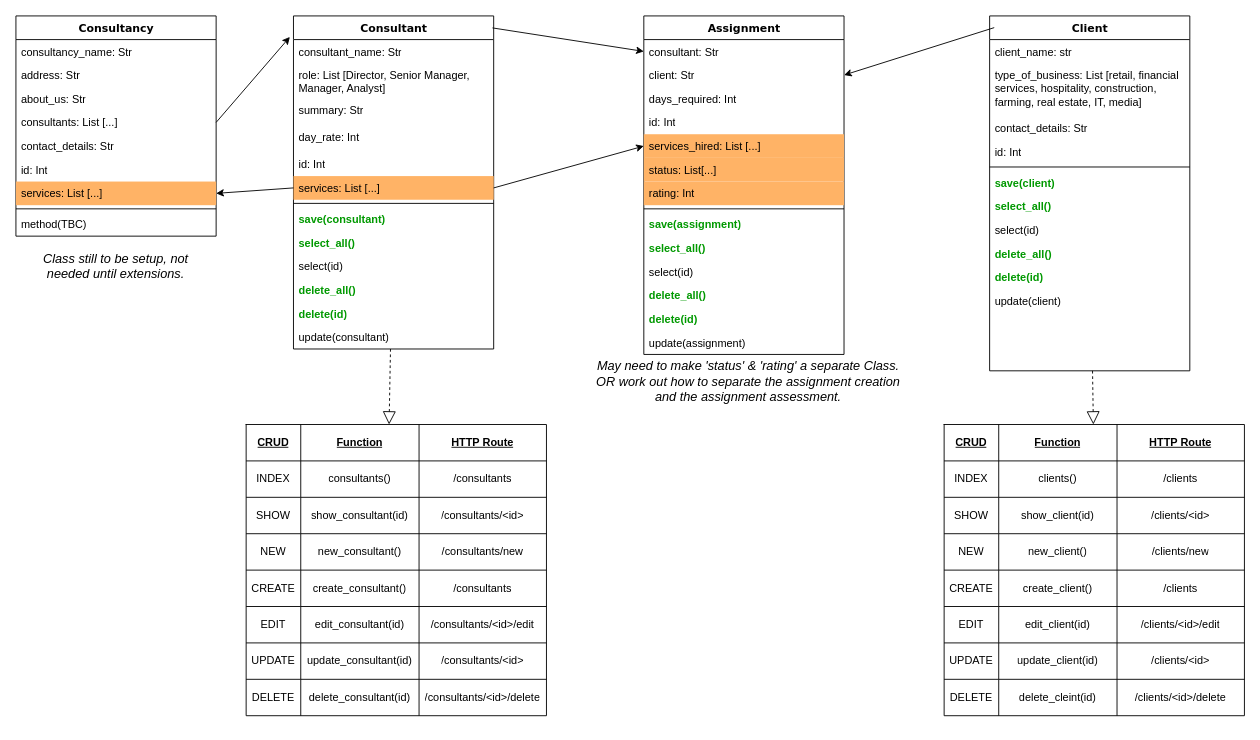
Earlier version of the draw.io diagram planning/Class Diagrams.drawio (michaelmccoll/Project_Secure_Design). Source tidied: cells renumbered, new cells numbered last; positions are measured from the earlier drawing's top-left corner, leaving out a move shared by most shapes. Both pictures are drawn from the tidied source at 91%, with x=0, y=0 at pixel (15, 15).
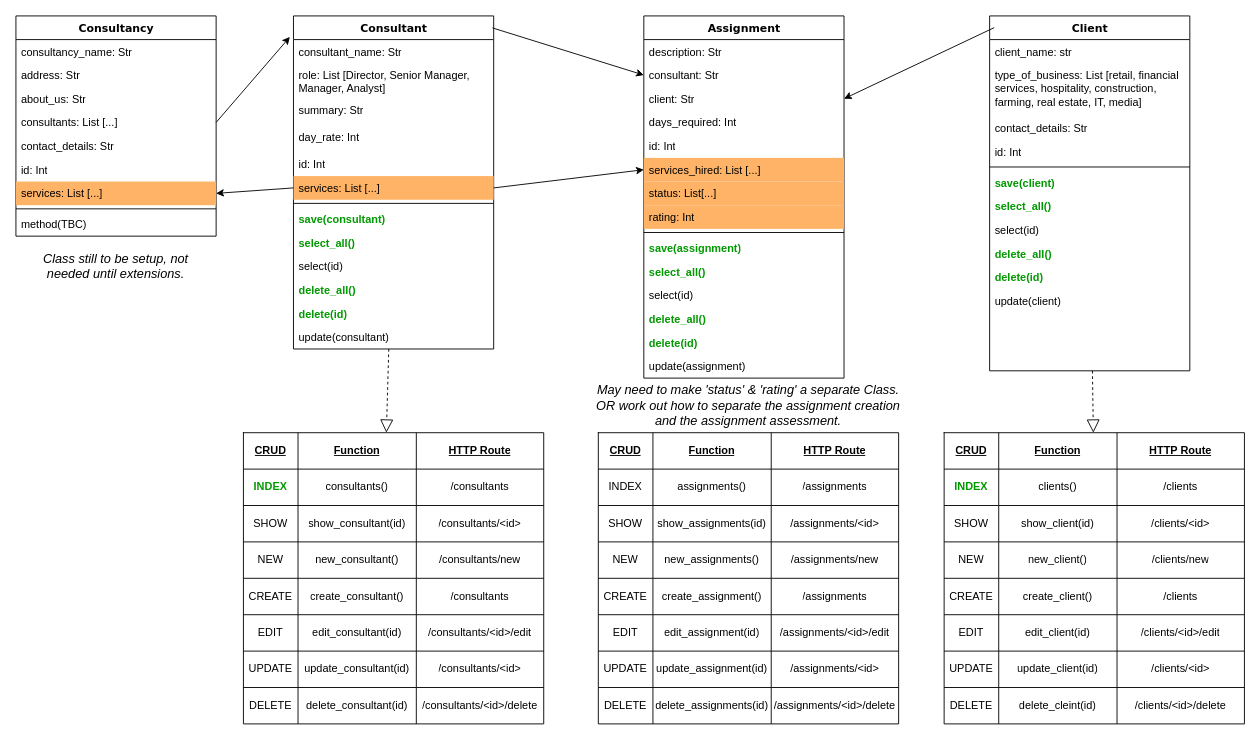
The same page after the edit.

The change refers to these unchanged cells:
```xml
<mxCell id="46" style="shape=partialRectangle;html=1;whiteSpace=wrap;fillColor=none;top=0;left=0;bottom=0;right=0;" parent="41" vertex="1">
  <mxGeometry y="40" width="330" height="40" as="geometry" />
</mxCell>
<mxCell id="79" style="shape=partialRectangle;html=1;whiteSpace=wrap;fillColor=none;top=0;left=0;bottom=0;right=0;" parent="74" vertex="1">
  <mxGeometry y="40" width="330" height="40" as="geometry" />
</mxCell>
```

Diff of the diagram source:
```diff
@@
-    <mxCell id="41" style="shape=table;html=1;whiteSpace=wrap;startSize=0;childLayout=tableLayout;" parent="1" vertex="1">
-      <mxGeometry x="253" y="449" width="330" height="320" as="geometry" />
+    <mxCell id="41" style="shape=table;html=1;whiteSpace=wrap;startSize=0;childLayout=tableLayout;fontColor=#009900;" parent="1" vertex="1">
+      <mxGeometry x="250" y="458" width="330" height="320" as="geometry" />
     </mxCell>
@@
-    <mxCell id="47" value="INDEX" style="shape=partialRectangle;html=1;whiteSpace=wrap;overflow=hidden;fillColor=none;top=0;left=0;bottom=0;right=0;" parent="46" vertex="1">
+    <mxCell id="47" value="INDEX" style="shape=partialRectangle;html=1;whiteSpace=wrap;overflow=hidden;fillColor=none;top=0;left=0;bottom=0;right=0;strokeColor=#009900;fontColor=#009900;fontStyle=1;" parent="46" vertex="1">
       <mxGeometry width="60" height="40" as="geometry" />
     </mxCell>
@@
     <mxCell id="74" style="shape=table;html=1;whiteSpace=wrap;startSize=0;childLayout=tableLayout;" parent="1" vertex="1">
-      <mxGeometry x="1020" y="449" width="330" height="320" as="geometry" />
+      <mxGeometry x="1020" y="458" width="330" height="320" as="geometry" />
     </mxCell>
@@
-    <mxCell id="80" value="INDEX" style="shape=partialRectangle;html=1;whiteSpace=wrap;overflow=hidden;fillColor=none;top=0;left=0;bottom=0;right=0;" parent="79" vertex="1">
+    <mxCell id="80" value="INDEX" style="shape=partialRectangle;html=1;whiteSpace=wrap;overflow=hidden;fillColor=none;top=0;left=0;bottom=0;right=0;fontStyle=1;fontColor=#009900;" parent="79" vertex="1">
       <mxGeometry width="60" height="40" as="geometry" />
     </mxCell>
@@
     <mxCell id="109" value="Assignment" style="swimlane;html=1;fontStyle=1;align=center;verticalAlign=top;horizontal=1;startSize=26;swimlaneFillColor=#ffffff;rounded=0;shadow=0;comic=0;labelBackgroundColor=none;strokeWidth=1;fillColor=none;fontFamily=Verdana;fontSize=12;" parent="1" vertex="1">
-      <mxGeometry x="690" width="220" height="372" as="geometry" />
+      <mxGeometry x="690" width="220" height="398" as="geometry" />
     </mxCell>
+    <mxCell id="128" value="description: Str" style="text;html=1;strokeColor=none;fillColor=none;align=left;verticalAlign=top;spacingLeft=4;spacingRight=4;whiteSpace=wrap;overflow=hidden;" parent="109" vertex="1">
+      <mxGeometry y="26" width="220" height="26" as="geometry" />
+    </mxCell>
     <mxCell id="110" value="consultant: Str" style="text;html=1;strokeColor=none;fillColor=none;align=left;verticalAlign=top;spacingLeft=4;spacingRight=4;whiteSpace=wrap;overflow=hidden;points=[[0,0.5],[1,0.5]];portConstraint=eastwest;" parent="109" vertex="1">
-      <mxGeometry y="26" width="220" height="26" as="geometry" />
+      <mxGeometry y="52" width="220" height="26" as="geometry" />
     </mxCell>
     <mxCell id="111" value="client: Str" style="text;html=1;strokeColor=none;fillColor=none;align=left;verticalAlign=top;spacingLeft=4;spacingRight=4;whiteSpace=wrap;overflow=hidden;points=[[0,0.5],[1,0.5]];portConstraint=eastwest;" parent="109" vertex="1">
-      <mxGeometry y="52" width="220" height="26" as="geometry" />
+      <mxGeometry y="78" width="220" height="26" as="geometry" />
     </mxCell>
     <mxCell id="112" value="days_required: Int" style="text;html=1;strokeColor=none;fillColor=none;align=left;verticalAlign=top;spacingLeft=4;spacingRight=4;whiteSpace=wrap;overflow=hidden;" parent="109" vertex="1">
-      <mxGeometry y="78" width="220" height="26" as="geometry" />
+      <mxGeometry y="104" width="220" height="26" as="geometry" />
     </mxCell>
     <mxCell id="113" value="id: Int" style="text;html=1;strokeColor=none;fillColor=none;align=left;verticalAlign=top;spacingLeft=4;spacingRight=4;whiteSpace=wrap;overflow=hidden;" parent="109" vertex="1">
-      <mxGeometry y="104" width="220" height="26" as="geometry" />
+      <mxGeometry y="130" width="220" height="26" as="geometry" />
     </mxCell>
     <mxCell id="114" value="services_hired: List [...]" style="text;html=1;strokeColor=none;fillColor=#FFB366;align=left;verticalAlign=top;spacingLeft=4;spacingRight=4;whiteSpace=wrap;overflow=hidden;points=[[0,0.5],[1,0.5]];portConstraint=eastwest;" parent="109" vertex="1">
-      <mxGeometry y="130" width="220" height="26" as="geometry" />
+      <mxGeometry y="156" width="220" height="26" as="geometry" />
     </mxCell>
     <mxCell id="115" value="status: List[...]" style="text;html=1;strokeColor=none;fillColor=#FFB366;align=left;verticalAlign=top;spacingLeft=4;spacingRight=4;whiteSpace=wrap;overflow=hidden;" parent="109" vertex="1">
-      <mxGeometry y="156" width="220" height="26" as="geometry" />
+      <mxGeometry y="182" width="220" height="26" as="geometry" />
     </mxCell>
     <mxCell id="116" value="rating: Int" style="text;html=1;strokeColor=none;fillColor=#FFB366;align=left;verticalAlign=top;spacingLeft=4;spacingRight=4;whiteSpace=wrap;overflow=hidden;" parent="109" vertex="1">
-      <mxGeometry y="182" width="220" height="26" as="geometry" />
+      <mxGeometry y="208" width="220" height="26" as="geometry" />
     </mxCell>
     <mxCell id="117" style="line;html=1;strokeWidth=1;fillColor=none;align=left;verticalAlign=middle;spacingTop=-1;spacingLeft=3;spacingRight=3;labelPosition=right;" parent="109" vertex="1">
-      <mxGeometry y="208" width="220" height="8" as="geometry" />
+      <mxGeometry y="234" width="220" height="8" as="geometry" />
     </mxCell>
     <mxCell id="118" value="save(assignment)" style="text;html=1;strokeColor=none;fillColor=none;align=left;verticalAlign=top;spacingLeft=4;spacingRight=4;whiteSpace=wrap;overflow=hidden;fontStyle=1;fontColor=#009900;" parent="109" vertex="1">
-      <mxGeometry y="216" width="220" height="26" as="geometry" />
+      <mxGeometry y="242" width="220" height="26" as="geometry" />
     </mxCell>
     <mxCell id="119" value="select_all()" style="text;html=1;strokeColor=none;fillColor=none;align=left;verticalAlign=top;spacingLeft=4;spacingRight=4;whiteSpace=wrap;overflow=hidden;fontStyle=1;fontColor=#009900;" parent="109" vertex="1">
-      <mxGeometry y="242" width="220" height="26" as="geometry" />
+      <mxGeometry y="268" width="220" height="26" as="geometry" />
     </mxCell>
     <mxCell id="120" value="select(id)" style="text;html=1;strokeColor=none;fillColor=none;align=left;verticalAlign=top;spacingLeft=4;spacingRight=4;whiteSpace=wrap;overflow=hidden;" parent="109" vertex="1">
-      <mxGeometry y="268" width="220" height="26" as="geometry" />
+      <mxGeometry y="294" width="220" height="26" as="geometry" />
     </mxCell>
     <mxCell id="121" value="delete_all()" style="text;html=1;strokeColor=none;fillColor=none;align=left;verticalAlign=top;spacingLeft=4;spacingRight=4;whiteSpace=wrap;overflow=hidden;fontStyle=1;fontColor=#009900;" parent="109" vertex="1">
-      <mxGeometry y="294" width="220" height="26" as="geometry" />
+      <mxGeometry y="320" width="220" height="26" as="geometry" />
     </mxCell>
     <mxCell id="122" value="delete(id)" style="text;html=1;strokeColor=none;fillColor=none;align=left;verticalAlign=top;spacingLeft=4;spacingRight=4;whiteSpace=wrap;overflow=hidden;fontStyle=1;fontColor=#009900;" parent="109" vertex="1">
-      <mxGeometry y="320" width="220" height="26" as="geometry" />
+      <mxGeometry y="346" width="220" height="26" as="geometry" />
     </mxCell>
     <mxCell id="123" value="update(assignment)" style="text;html=1;strokeColor=none;fillColor=none;align=left;verticalAlign=top;spacingLeft=4;spacingRight=4;whiteSpace=wrap;overflow=hidden;" parent="109" vertex="1">
-      <mxGeometry y="346" width="220" height="26" as="geometry" />
+      <mxGeometry y="372" width="220" height="26" as="geometry" />
     </mxCell>
@@
     <mxCell id="126" value="May need to make 'status' &amp;amp; 'rating' a separate Class. OR work out how to separate the assignment creation and the assignment assessment." style="text;html=1;strokeColor=none;fillColor=none;align=center;verticalAlign=middle;whiteSpace=wrap;rounded=0;fontSize=14;fontStyle=2;" parent="1" vertex="1">
-      <mxGeometry x="630" y="372" width="350" height="60" as="geometry" />
+      <mxGeometry x="630" y="398" width="350" height="60" as="geometry" />
     </mxCell>
@@
+    <mxCell id="129" style="shape=table;html=1;whiteSpace=wrap;startSize=0;childLayout=tableLayout;" parent="1" vertex="1">
+      <mxGeometry x="640" y="458" width="330" height="320" as="geometry" />
+    </mxCell>
+    <mxCell id="130" style="shape=partialRectangle;html=1;whiteSpace=wrap;fillColor=none;top=0;left=0;bottom=0;right=0;" parent="129" vertex="1">
+      <mxGeometry width="330" height="40" as="geometry" />
+    </mxCell>
+    <mxCell id="131" value="CRUD" style="shape=partialRectangle;html=1;whiteSpace=wrap;overflow=hidden;fillColor=none;top=0;left=0;bottom=0;right=0;fontStyle=5;" parent="130" vertex="1">
+      <mxGeometry width="60" height="40" as="geometry" />
+    </mxCell>
+    <mxCell id="132" value="Function" style="shape=partialRectangle;html=1;whiteSpace=wrap;overflow=hidden;fillColor=none;top=0;left=0;bottom=0;right=0;fontStyle=5;" parent="130" vertex="1">
+      <mxGeometry x="60" width="130" height="40" as="geometry" />
+    </mxCell>
+    <mxCell id="133" value="HTTP Route" style="shape=partialRectangle;html=1;whiteSpace=wrap;overflow=hidden;fillColor=none;top=0;left=0;bottom=0;right=0;fontStyle=5;" parent="130" vertex="1">
+      <mxGeometry x="190" width="140" height="40" as="geometry" />
+    </mxCell>
+    <mxCell id="134" style="shape=partialRectangle;html=1;whiteSpace=wrap;fillColor=none;top=0;left=0;bottom=0;right=0;" parent="129" vertex="1">
+      <mxGeometry y="40" width="330" height="40" as="geometry" />
+    </mxCell>
+    <mxCell id="135" value="INDEX" style="shape=partialRectangle;html=1;whiteSpace=wrap;overflow=hidden;fillColor=none;top=0;left=0;bottom=0;right=0;" parent="134" vertex="1">
+      <mxGeometry width="60" height="40" as="geometry" />
+    </mxCell>
+    <mxCell id="136" value="assignments()" style="shape=partialRectangle;html=1;whiteSpace=wrap;overflow=hidden;fillColor=none;top=0;left=0;bottom=0;right=0;" parent="134" vertex="1">
+      <mxGeometry x="60" width="130" height="40" as="geometry" />
+    </mxCell>
+    <mxCell id="137" value="/assignments" style="shape=partialRectangle;html=1;whiteSpace=wrap;overflow=hidden;fillColor=none;top=0;left=0;bottom=0;right=0;" parent="134" vertex="1">
+      <mxGeometry x="190" width="140" height="40" as="geometry" />
+    </mxCell>
+    <mxCell id="138" style="shape=partialRectangle;html=1;whiteSpace=wrap;fillColor=none;top=0;left=0;bottom=0;right=0;" parent="129" vertex="1">
+      <mxGeometry y="80" width="330" height="40" as="geometry" />
+    </mxCell>
+    <mxCell id="139" value="SHOW" style="shape=partialRectangle;html=1;whiteSpace=wrap;overflow=hidden;fillColor=none;top=0;left=0;bottom=0;right=0;" parent="138" vertex="1">
+      <mxGeometry width="60" height="40" as="geometry" />
+    </mxCell>
+    <mxCell id="140" value="show_assignments(id)" style="shape=partialRectangle;html=1;whiteSpace=wrap;overflow=hidden;fillColor=none;top=0;left=0;bottom=0;right=0;" parent="138" vertex="1">
+      <mxGeometry x="60" width="130" height="40" as="geometry" />
+    </mxCell>
+    <mxCell id="141" value="/assignments/&amp;lt;id&amp;gt;" style="shape=partialRectangle;html=1;whiteSpace=wrap;overflow=hidden;fillColor=none;top=0;left=0;bottom=0;right=0;" parent="138" vertex="1">
+      <mxGeometry x="190" width="140" height="40" as="geometry" />
+    </mxCell>
+    <mxCell id="142" style="shape=partialRectangle;html=1;whiteSpace=wrap;fillColor=none;top=0;left=0;bottom=0;right=0;" parent="129" vertex="1">
+      <mxGeometry y="120" width="330" height="40" as="geometry" />
+    </mxCell>
+    <mxCell id="143" value="NEW" style="shape=partialRectangle;html=1;whiteSpace=wrap;overflow=hidden;fillColor=none;top=0;left=0;bottom=0;right=0;" parent="142" vertex="1">
+      <mxGeometry width="60" height="40" as="geometry" />
+    </mxCell>
+    <mxCell id="144" value="new_assignments()" style="shape=partialRectangle;html=1;whiteSpace=wrap;overflow=hidden;fillColor=none;top=0;left=0;bottom=0;right=0;" parent="142" vertex="1">
+      <mxGeometry x="60" width="130" height="40" as="geometry" />
+    </mxCell>
+    <mxCell id="145" value="/assignments/new" style="shape=partialRectangle;html=1;whiteSpace=wrap;overflow=hidden;fillColor=none;top=0;left=0;bottom=0;right=0;" parent="142" vertex="1">
+      <mxGeometry x="190" width="140" height="40" as="geometry" />
+    </mxCell>
+    <mxCell id="146" style="shape=partialRectangle;html=1;whiteSpace=wrap;fillColor=none;top=0;left=0;bottom=0;right=0;" parent="129" vertex="1">
+      <mxGeometry y="160" width="330" height="40" as="geometry" />
+    </mxCell>
+    <mxCell id="147" value="CREATE" style="shape=partialRectangle;html=1;whiteSpace=wrap;overflow=hidden;fillColor=none;top=0;left=0;bottom=0;right=0;" parent="146" vertex="1">
+      <mxGeometry width="60" height="40" as="geometry" />
+    </mxCell>
+    <mxCell id="148" value="create_assignment()" style="shape=partialRectangle;html=1;whiteSpace=wrap;overflow=hidden;fillColor=none;top=0;left=0;bottom=0;right=0;" parent="146" vertex="1">
+      <mxGeometry x="60" width="130" height="40" as="geometry" />
+    </mxCell>
+    <mxCell id="149" value="/assignments" style="shape=partialRectangle;html=1;whiteSpace=wrap;overflow=hidden;fillColor=none;top=0;left=0;bottom=0;right=0;" parent="146" vertex="1">
+      <mxGeometry x="190" width="140" height="40" as="geometry" />
+    </mxCell>
+    <mxCell id="150" style="shape=partialRectangle;html=1;whiteSpace=wrap;fillColor=none;top=0;left=0;bottom=0;right=0;" parent="129" vertex="1">
+      <mxGeometry y="200" width="330" height="40" as="geometry" />
+    </mxCell>
+    <mxCell id="151" value="EDIT" style="shape=partialRectangle;html=1;whiteSpace=wrap;overflow=hidden;fillColor=none;top=0;left=0;bottom=0;right=0;" parent="150" vertex="1">
+      <mxGeometry width="60" height="40" as="geometry" />
+    </mxCell>
+    <mxCell id="152" value="edit_assignment(id)" style="shape=partialRectangle;html=1;whiteSpace=wrap;overflow=hidden;fillColor=none;top=0;left=0;bottom=0;right=0;" parent="150" vertex="1">
+      <mxGeometry x="60" width="130" height="40" as="geometry" />
+    </mxCell>
+    <mxCell id="153" value="/assignments/&amp;lt;id&amp;gt;/edit" style="shape=partialRectangle;html=1;whiteSpace=wrap;overflow=hidden;fillColor=none;top=0;left=0;bottom=0;right=0;" parent="150" vertex="1">
+      <mxGeometry x="190" width="140" height="40" as="geometry" />
+    </mxCell>
+    <mxCell id="154" style="shape=partialRectangle;html=1;whiteSpace=wrap;fillColor=none;top=0;left=0;bottom=0;right=0;" parent="129" vertex="1">
+      <mxGeometry y="240" width="330" height="40" as="geometry" />
+    </mxCell>
+    <mxCell id="155" value="UPDATE" style="shape=partialRectangle;html=1;whiteSpace=wrap;overflow=hidden;fillColor=none;top=0;left=0;bottom=0;right=0;" parent="154" vertex="1">
+      <mxGeometry width="60" height="40" as="geometry" />
+    </mxCell>
+    <mxCell id="156" value="update_assignment(id)" style="shape=partialRectangle;html=1;whiteSpace=wrap;overflow=hidden;fillColor=none;top=0;left=0;bottom=0;right=0;" parent="154" vertex="1">
+      <mxGeometry x="60" width="130" height="40" as="geometry" />
+    </mxCell>
+    <mxCell id="157" value="/assignments/&amp;lt;id&amp;gt;" style="shape=partialRectangle;html=1;whiteSpace=wrap;overflow=hidden;fillColor=none;top=0;left=0;bottom=0;right=0;" parent="154" vertex="1">
+      <mxGeometry x="190" width="140" height="40" as="geometry" />
+    </mxCell>
+    <mxCell id="158" style="shape=partialRectangle;html=1;whiteSpace=wrap;fillColor=none;top=0;left=0;bottom=0;right=0;" parent="129" vertex="1">
+      <mxGeometry y="280" width="330" height="40" as="geometry" />
+    </mxCell>
+    <mxCell id="159" value="DELETE" style="shape=partialRectangle;html=1;whiteSpace=wrap;overflow=hidden;fillColor=none;top=0;left=0;bottom=0;right=0;" parent="158" vertex="1">
+      <mxGeometry width="60" height="40" as="geometry" />
+    </mxCell>
+    <mxCell id="160" value="delete_assignments(id)" style="shape=partialRectangle;html=1;whiteSpace=wrap;overflow=hidden;fillColor=none;top=0;left=0;bottom=0;right=0;" parent="158" vertex="1">
+      <mxGeometry x="60" width="130" height="40" as="geometry" />
+    </mxCell>
+    <mxCell id="161" value="/assignments/&amp;lt;id&amp;gt;/delete" style="shape=partialRectangle;html=1;whiteSpace=wrap;overflow=hidden;fillColor=none;top=0;left=0;bottom=0;right=0;" parent="158" vertex="1">
+      <mxGeometry x="190" width="140" height="40" as="geometry" />
+    </mxCell>
```
